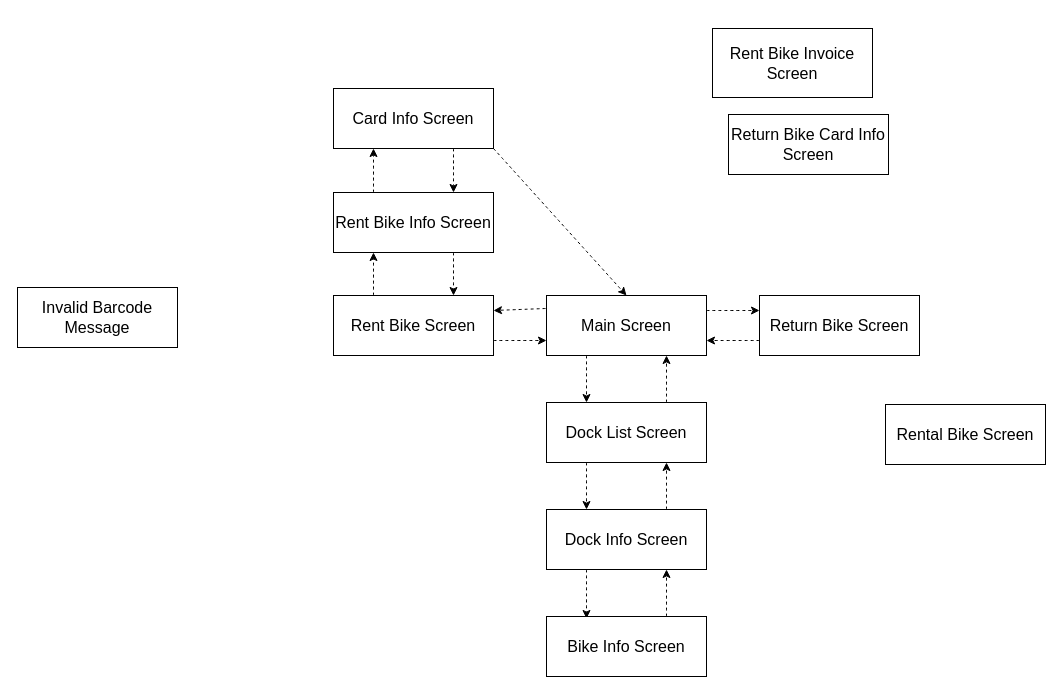
Above: Interface Design/GUI/Screen_Flow.drawio in Tahuubinh/Capstone_TKXDPM.20221_Group-7- (draw.io), before the change. Source tidied: cells renumbered, new cells numbered last; positions are measured from the earlier drawing's top-left corner, leaving out a move shared by most shapes. Both pictures are drawn from the tidied source at 100%, with x=0, y=0 at pixel (17, 28).
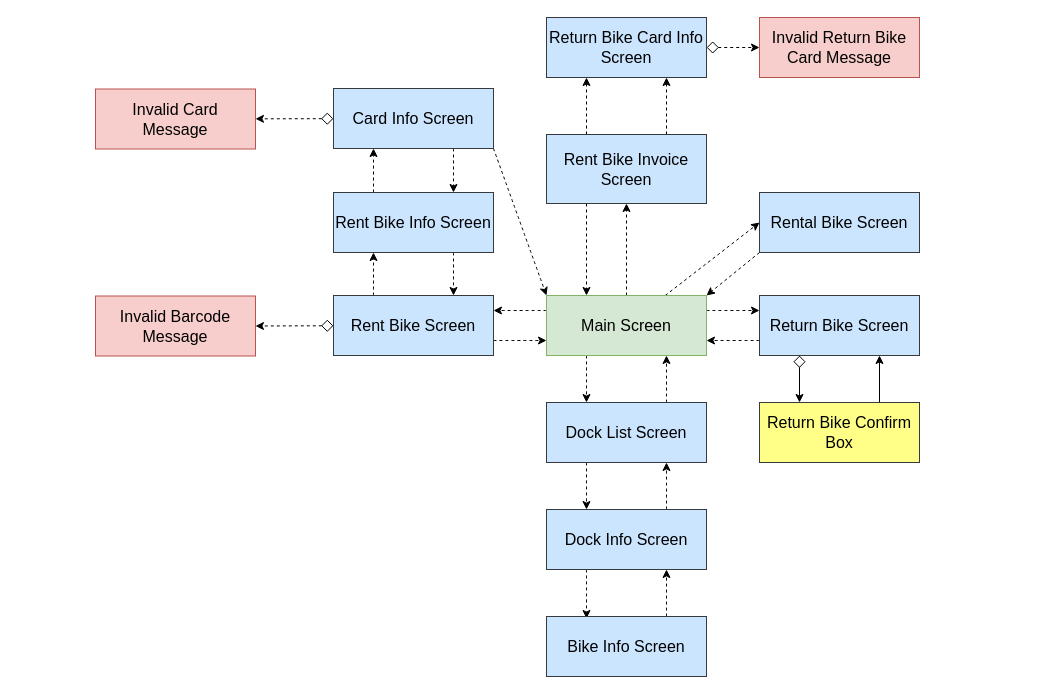
Above is the later version.

Commit message (it also covers changes not shown here):
Add Screen Flow

The edit, as a diff of the source:
```diff
@@
-    <mxCell id="2" style="edgeStyle=none;curved=1;rounded=0;jettySize=auto;html=1;entryX=1;entryY=0.25;entryDx=0;entryDy=0;fontSize=12;endArrow=classic;sourcePerimeterSpacing=8;targetPerimeterSpacing=8;endFill=1;dashed=1;" parent="1" edge="1" target="18">
-      <mxGeometry relative="1" as="geometry">
-        <mxPoint x="528" y="280" as="sourcePoint" />
-      </mxGeometry>
+    <mxCell id="2" style="edgeStyle=none;curved=1;rounded=0;jettySize=auto;html=1;entryX=1;entryY=0.25;entryDx=0;entryDy=0;fontSize=12;endArrow=classic;sourcePerimeterSpacing=8;targetPerimeterSpacing=8;endFill=1;dashed=1;exitX=0;exitY=0.25;exitDx=0;exitDy=0;" parent="1" edge="1" source="5" target="18">
+      <mxGeometry relative="1" as="geometry" />
     </mxCell>
@@
+    <mxCell id="29" style="rounded=0;jettySize=auto;html=1;entryX=0;entryY=0.5;entryDx=0;entryDy=0;dashed=1;endArrow=classic;endFill=1;" parent="1" edge="1" source="5" target="27">
+      <mxGeometry relative="1" as="geometry" />
+    </mxCell>
+    <mxCell id="30" style="edgeStyle=none;rounded=0;jettySize=auto;html=1;entryX=0.5;entryY=1;entryDx=0;entryDy=0;dashed=1;endArrow=classic;endFill=1;" parent="1" edge="1" source="5" target="6">
+      <mxGeometry relative="1" as="geometry" />
+    </mxCell>
-    <mxCell id="5" value="Main Screen" style="rounded=0;whiteSpace=wrap;html=1;fontSize=16;" parent="1" vertex="1">
+    <mxCell id="5" value="Main Screen" style="rounded=0;whiteSpace=wrap;html=1;fontSize=16;fillColor=#d5e8d4;strokeColor=#82b366;" parent="1" vertex="1">
       <mxGeometry x="529" y="267" width="160" height="60" as="geometry" />
     </mxCell>
+    <mxCell id="31" style="edgeStyle=none;rounded=0;jettySize=auto;html=1;entryX=0.25;entryY=0;entryDx=0;entryDy=0;dashed=1;endArrow=classic;endFill=1;exitX=0.25;exitY=1;exitDx=0;exitDy=0;" parent="1" edge="1" source="6" target="5">
+      <mxGeometry relative="1" as="geometry" />
+    </mxCell>
+    <mxCell id="32" style="edgeStyle=none;rounded=0;jettySize=auto;html=1;entryX=0.25;entryY=1;entryDx=0;entryDy=0;dashed=1;endArrow=classic;endFill=1;exitX=0.25;exitY=0;exitDx=0;exitDy=0;" parent="1" edge="1" source="6" target="7">
+      <mxGeometry relative="1" as="geometry" />
+    </mxCell>
+    <mxCell id="33" style="edgeStyle=none;rounded=0;jettySize=auto;html=1;entryX=0.75;entryY=1;entryDx=0;entryDy=0;dashed=1;endArrow=classic;endFill=1;exitX=0.75;exitY=0;exitDx=0;exitDy=0;" parent="1" edge="1" source="6" target="7">
+      <mxGeometry relative="1" as="geometry" />
+    </mxCell>
-    <mxCell id="6" value="Rent Bike Invoice Screen" style="rounded=0;whiteSpace=wrap;html=1;fontSize=16;" parent="1" vertex="1">
-      <mxGeometry x="695" width="160" height="69" as="geometry" />
+    <mxCell id="6" value="Rent Bike Invoice Screen" style="rounded=0;whiteSpace=wrap;html=1;fontSize=16;fillColor=#cce5ff;strokeColor=#36393d;" parent="1" vertex="1">
+      <mxGeometry x="529" y="106" width="160" height="69" as="geometry" />
     </mxCell>
+    <mxCell id="34" style="edgeStyle=none;rounded=0;jettySize=auto;html=1;entryX=0;entryY=0.5;entryDx=0;entryDy=0;dashed=1;startArrow=diamond;startFill=0;endArrow=classic;endFill=1;startSize=10;endSize=6;" parent="1" edge="1" source="7" target="40">
+      <mxGeometry relative="1" as="geometry" />
+    </mxCell>
-    <mxCell id="7" value="Return Bike Card Info Screen" style="rounded=0;whiteSpace=wrap;html=1;fontSize=16;" parent="1" vertex="1">
-      <mxGeometry x="711" y="86" width="160" height="60" as="geometry" />
+    <mxCell id="7" value="Return Bike Card Info Screen" style="rounded=0;whiteSpace=wrap;html=1;fontSize=16;fillColor=#cce5ff;strokeColor=#36393d;" parent="1" vertex="1">
+      <mxGeometry x="529" y="-11" width="160" height="60" as="geometry" />
     </mxCell>
@@
+    <mxCell id="35" style="edgeStyle=none;rounded=0;jettySize=auto;html=1;entryX=0.25;entryY=0;entryDx=0;entryDy=0;startArrow=diamond;startFill=0;endArrow=classic;endFill=1;startSize=10;endSize=6;exitX=0.25;exitY=1;exitDx=0;exitDy=0;" parent="1" edge="1" source="9" target="42">
+      <mxGeometry relative="1" as="geometry" />
+    </mxCell>
-    <mxCell id="9" value="Return Bike Screen" style="rounded=0;whiteSpace=wrap;html=1;fontSize=16;" parent="1" vertex="1">
+    <mxCell id="9" value="Return Bike Screen" style="rounded=0;whiteSpace=wrap;html=1;fontSize=16;fillColor=#cce5ff;strokeColor=#36393d;" parent="1" vertex="1">
       <mxGeometry x="742" y="267" width="160" height="60" as="geometry" />
     </mxCell>
@@
-    <mxCell id="12" value="Rent Bike Info Screen" style="rounded=0;whiteSpace=wrap;html=1;fontSize=16;" parent="1" vertex="1">
+    <mxCell id="12" value="Rent Bike Info Screen" style="rounded=0;whiteSpace=wrap;html=1;fontSize=16;fillColor=#cce5ff;strokeColor=#36393d;" parent="1" vertex="1">
       <mxGeometry x="316" y="164" width="160" height="60" as="geometry" />
     </mxCell>
@@
-    <mxCell id="14" style="edgeStyle=none;curved=1;rounded=0;jettySize=auto;html=1;entryX=0.5;entryY=0;entryDx=0;entryDy=0;dashed=1;fontSize=12;endArrow=classic;endFill=1;sourcePerimeterSpacing=8;targetPerimeterSpacing=8;exitX=1;exitY=1;exitDx=0;exitDy=0;" parent="1" edge="1" source="15" target="5">
+    <mxCell id="14" style="edgeStyle=none;curved=1;rounded=0;jettySize=auto;html=1;entryX=0;entryY=0;entryDx=0;entryDy=0;dashed=1;fontSize=12;endArrow=classic;endFill=1;sourcePerimeterSpacing=8;targetPerimeterSpacing=8;exitX=1;exitY=1;exitDx=0;exitDy=0;" parent="1" edge="1" source="15" target="5">
       <mxGeometry relative="1" as="geometry" />
     </mxCell>
+    <mxCell id="36" style="edgeStyle=none;rounded=0;jettySize=auto;html=1;dashed=1;startArrow=diamond;startFill=0;endArrow=classic;endFill=1;startSize=10;endSize=6;" parent="1" edge="1" source="15" target="39">
+      <mxGeometry relative="1" as="geometry" />
+    </mxCell>
-    <mxCell id="15" value="Card Info Screen" style="rounded=0;whiteSpace=wrap;html=1;fontSize=16;" parent="1" vertex="1">
+    <mxCell id="15" value="Card Info Screen" style="rounded=0;whiteSpace=wrap;html=1;fontSize=16;fillColor=#cce5ff;strokeColor=#36393d;" parent="1" vertex="1">
       <mxGeometry x="316" y="60" width="160" height="60" as="geometry" />
     </mxCell>
@@
+    <mxCell id="37" style="edgeStyle=none;rounded=0;jettySize=auto;html=1;entryX=1;entryY=0.5;entryDx=0;entryDy=0;dashed=1;endArrow=classic;endFill=1;startArrow=diamond;startFill=0;endSize=6;startSize=10;" parent="1" edge="1" source="18" target="28">
+      <mxGeometry relative="1" as="geometry" />
+    </mxCell>
-    <mxCell id="18" value="Rent Bike Screen" style="rounded=0;whiteSpace=wrap;html=1;fontSize=16;" parent="1" vertex="1">
+    <mxCell id="18" value="Rent Bike Screen" style="rounded=0;whiteSpace=wrap;html=1;fontSize=16;fillColor=#cce5ff;strokeColor=#36393d;" parent="1" vertex="1">
       <mxGeometry x="316" y="267" width="160" height="60" as="geometry" />
     </mxCell>
@@
-    <mxCell id="21" value="Dock List Screen" style="rounded=0;whiteSpace=wrap;html=1;fontSize=16;" parent="1" vertex="1">
+    <mxCell id="21" value="Dock List Screen" style="rounded=0;whiteSpace=wrap;html=1;fontSize=16;fillColor=#cce5ff;strokeColor=#36393d;" parent="1" vertex="1">
       <mxGeometry x="529" y="374" width="160" height="60" as="geometry" />
     </mxCell>
@@
-    <mxCell id="24" value="Dock Info Screen" style="rounded=0;whiteSpace=wrap;html=1;fontSize=16;" parent="1" vertex="1">
+    <mxCell id="24" value="Dock Info Screen" style="rounded=0;whiteSpace=wrap;html=1;fontSize=16;fillColor=#cce5ff;strokeColor=#36393d;" parent="1" vertex="1">
       <mxGeometry x="529" y="481" width="160" height="60" as="geometry" />
     </mxCell>
@@
-    <mxCell id="26" value="Bike Info Screen" style="rounded=0;whiteSpace=wrap;html=1;fontSize=16;" parent="1" vertex="1">
+    <mxCell id="26" value="Bike Info Screen" style="rounded=0;whiteSpace=wrap;html=1;fontSize=16;fillColor=#cce5ff;strokeColor=#36393d;" parent="1" vertex="1">
       <mxGeometry x="529" y="588" width="160" height="60" as="geometry" />
     </mxCell>
+    <mxCell id="38" style="edgeStyle=none;rounded=0;jettySize=auto;html=1;entryX=1;entryY=0;entryDx=0;entryDy=0;dashed=1;endArrow=classic;endFill=1;exitX=0;exitY=1;exitDx=0;exitDy=0;" parent="1" edge="1" source="27" target="5">
+      <mxGeometry relative="1" as="geometry" />
+    </mxCell>
-    <mxCell id="27" value="Rental Bike Screen" style="rounded=0;whiteSpace=wrap;html=1;fontSize=16;" parent="1" vertex="1">
-      <mxGeometry x="868" y="376" width="160" height="60" as="geometry" />
+    <mxCell id="27" value="Rental Bike Screen" style="rounded=0;whiteSpace=wrap;html=1;fontSize=16;fillColor=#cce5ff;strokeColor=#36393d;" parent="1" vertex="1">
+      <mxGeometry x="742" y="164" width="160" height="60" as="geometry" />
     </mxCell>
-    <mxCell id="28" value="Invalid Barcode Message" style="rounded=0;whiteSpace=wrap;html=1;fontSize=16;" parent="1" vertex="1">
-      <mxGeometry y="259" width="160" height="60" as="geometry" />
+    <mxCell id="28" value="Invalid Barcode Message" style="rounded=0;whiteSpace=wrap;html=1;fontSize=16;fillColor=#f8cecc;strokeColor=#b85450;" parent="1" vertex="1">
+      <mxGeometry x="78" y="267.5" width="160" height="60" as="geometry" />
     </mxCell>
+    <mxCell id="39" value="Invalid Card &lt;br&gt;Message" style="rounded=0;whiteSpace=wrap;html=1;fontSize=16;fillColor=#f8cecc;strokeColor=#b85450;" parent="1" vertex="1">
+      <mxGeometry x="78" y="60.5" width="160" height="60" as="geometry" />
+    </mxCell>
+    <mxCell id="40" value="Invalid Return Bike Card Message" style="rounded=0;whiteSpace=wrap;html=1;fontSize=16;fillColor=#f8cecc;strokeColor=#b85450;" parent="1" vertex="1">
+      <mxGeometry x="742" y="-11" width="160" height="60" as="geometry" />
+    </mxCell>
+    <mxCell id="41" style="edgeStyle=none;rounded=0;jettySize=auto;html=1;entryX=0.75;entryY=1;entryDx=0;entryDy=0;startArrow=none;startFill=0;endArrow=classic;endFill=1;startSize=10;endSize=6;exitX=0.75;exitY=0;exitDx=0;exitDy=0;" parent="1" edge="1" source="42" target="9">
+      <mxGeometry relative="1" as="geometry" />
+    </mxCell>
+    <mxCell id="42" value="Return Bike Confirm Box" style="rounded=0;whiteSpace=wrap;html=1;fontSize=16;fillColor=#ffff88;strokeColor=#36393d;" parent="1" vertex="1">
+      <mxGeometry x="742" y="374" width="160" height="60" as="geometry" />
+    </mxCell>
```
